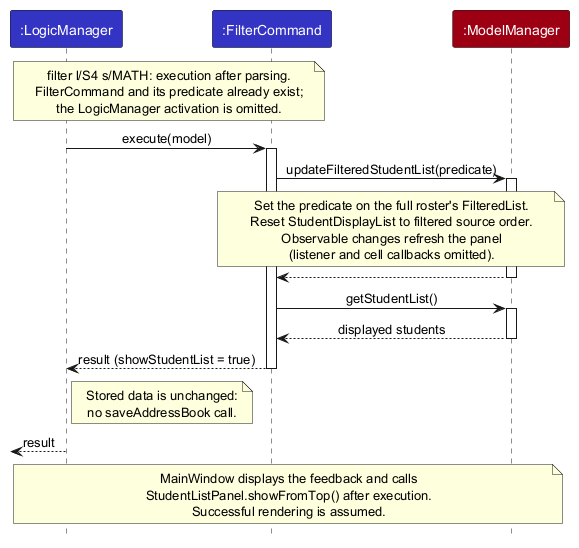
AY2627S1-CS2103-F12-1/tp keeps this PlantUML diagram as docs/images/FilterSequenceDiagram.png. Above is the earlier version.
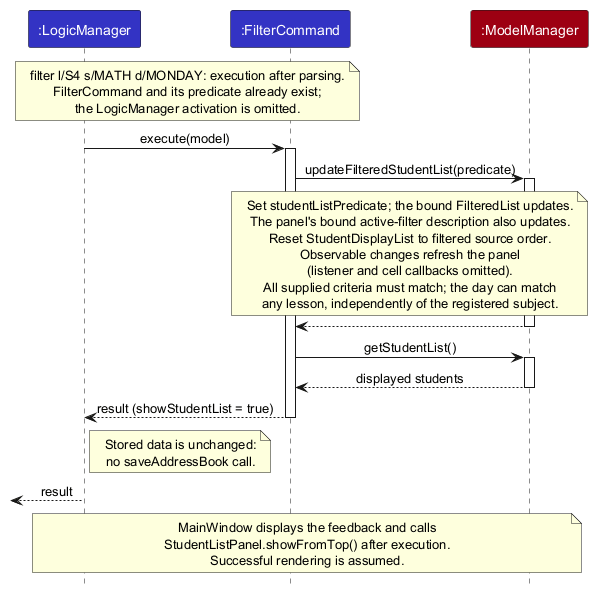
Later version of the same file.

What changed in the source:
```diff
@@ -7,7 +7,7 @@
 participant ":ModelManager" as Model MODEL_COLOR
 
 note over Logic, Command
-  filter l/S4 s/MATH: execution after parsing.
+  filter l/S4 s/MATH d/MONDAY: execution after parsing.
   FilterCommand and its predicate already exist;
   the LogicManager activation is omitted.
 end note
@@ -16,10 +16,13 @@
 Command -> Model : updateFilteredStudentList(predicate)
 activate Model
 note over Command, Model
-  Set the predicate on the full roster's FilteredList.
+  Set studentListPredicate; the bound FilteredList updates.
+  The panel's bound active-filter description also updates.
   Reset StudentDisplayList to filtered source order.
   Observable changes refresh the panel
   (listener and cell callbacks omitted).
+  All supplied criteria must match; the day can match
+  any lesson, independently of the registered subject.
 end note
 Model --> Command
 deactivate Model
```
